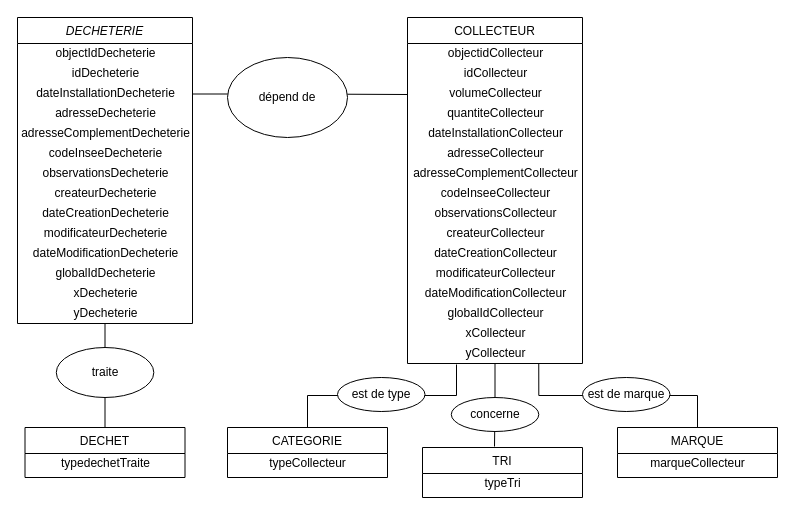
This is bdd/modelisation/diagrams/mcd.drawio from antjacquemin/cliiinkv0, a draw.io file, before an edit. Source tidied: cells renumbered, new cells numbered last; positions are measured from the earlier drawing's top-left corner, leaving out a move shared by most shapes. Both pictures are drawn from the tidied source at 100%, with x=0, y=0 at pixel (17, 17).
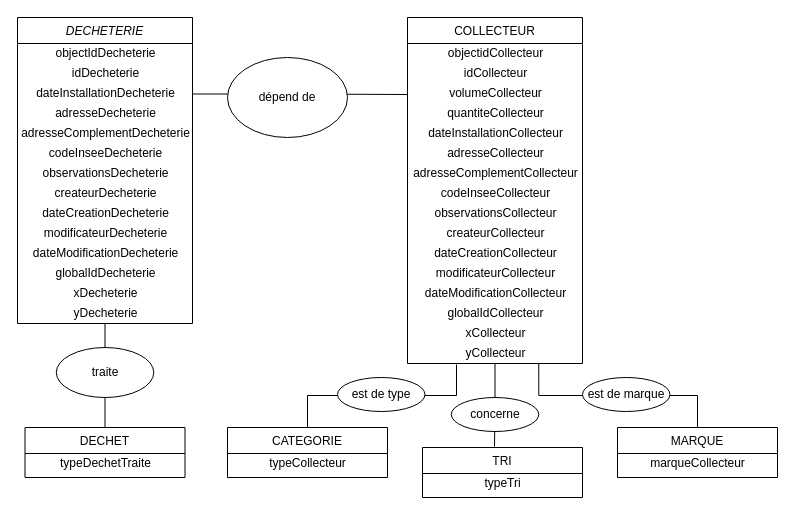
Above is the later version.

Commit message (it also covers changes not shown here):
Modification diagrammes

The change refers to these unchanged cells:
```xml
<mxCell id="21" value="DECHET" style="swimlane;fontStyle=0;align=center;verticalAlign=top;horizontal=1;startSize=26;rounded=0;shadow=0;strokeWidth=1;" parent="1" vertex="1">
  <mxGeometry x="7.5" y="410" width="160" height="50" as="geometry" />
</mxCell>
```

What changed in the source:
```diff
@@
-    <mxCell id="22" value="typedechetTraite" style="text;html=1;align=center;verticalAlign=middle;" parent="21" vertex="1">
+    <mxCell id="22" value="typeDechetTraite" style="text;html=1;align=center;verticalAlign=middle;" parent="21" vertex="1">
       <mxGeometry y="26" width="160" height="20" as="geometry" />
     </mxCell>
```
